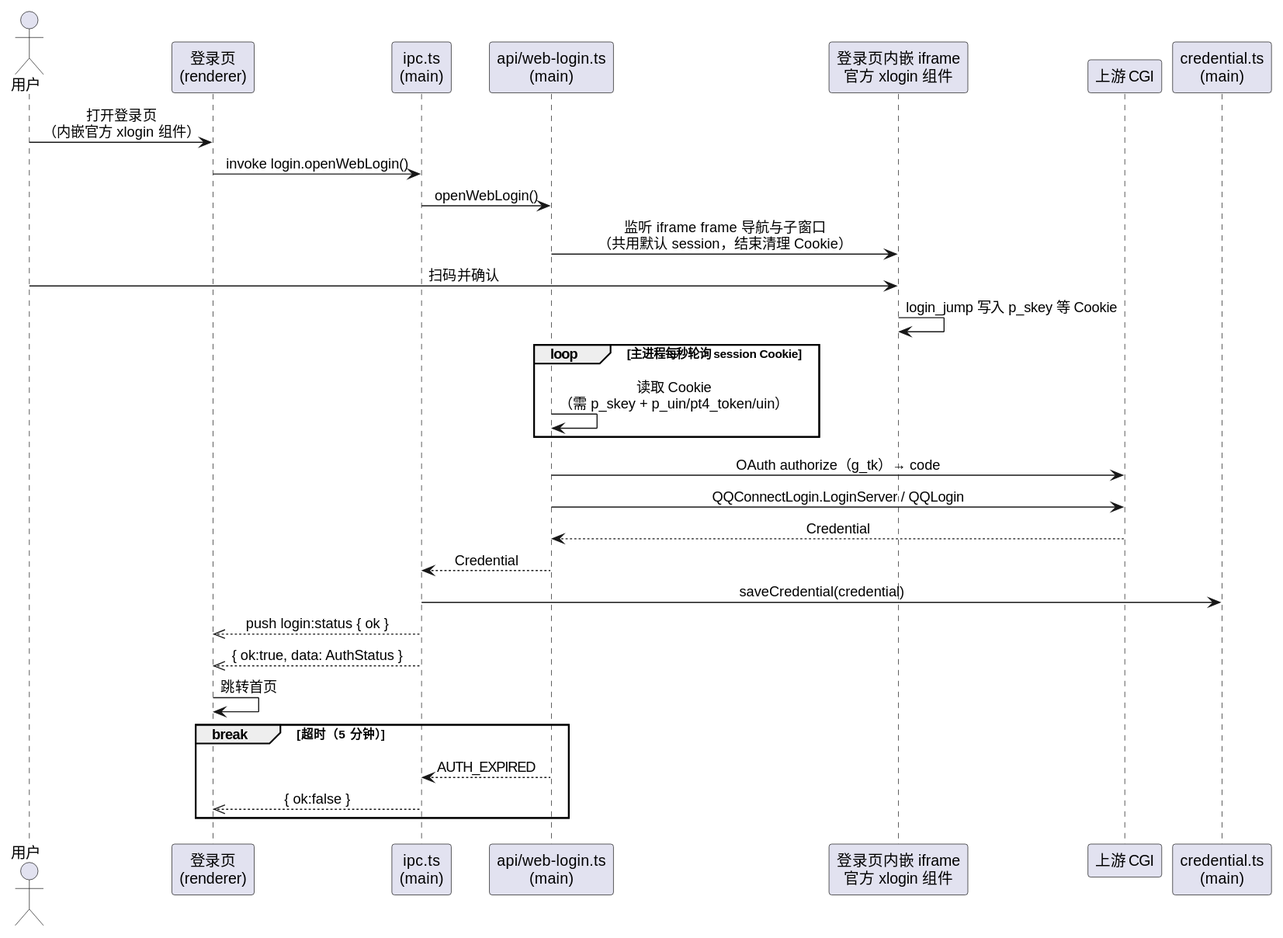
This is diagram/seq-login.svg from 54m43lJ/LycheePlayer, a PlantUML export, as it was before one commit. The source it was exported from:
```plantuml
@startuml
skinparam shadowing false
skinparam defaultTextAlignment center

actor 用户 as U
participant "登录页\n(renderer)" as UI
participant "ipc.ts\n(main)" as IPC
participant "api/web-login.ts\n(main)" as WL
participant "登录页内嵌 iframe\n官方 xlogin 组件" as XW
participant "上游 CGI" as UP
participant "credential.ts\n(main)" as CR

U -> UI : 打开登录页\n（内嵌官方 xlogin 组件）
UI -> IPC : invoke login.openWebLogin()
IPC -> WL : openWebLogin()
WL -> XW : 监听 iframe frame 导航与子窗口\n（共用默认 session，结束清理 Cookie）
U -> XW : 扫码并确认
XW -> XW : login_jump 写入 p_skey 等 Cookie

loop 主进程每秒轮询 session Cookie
  WL -> WL : 读取 Cookie\n（需 p_skey + p_uin/pt4_token/uin）
end

WL -> UP : OAuth authorize（g_tk）→ code
WL -> UP : QQConnectLogin.LoginServer / QQLogin
UP --> WL : Credential
WL --> IPC : Credential
IPC -> CR : saveCredential(credential)
IPC -->> UI : push login:status { ok }
IPC -->> UI : { ok:true, data: AuthStatus }
UI -> UI : 跳转首页

break 超时（5 分钟）
  WL --> IPC : AUTH_EXPIRED
  IPC -->> UI : { ok:false }
end
@enduml
```
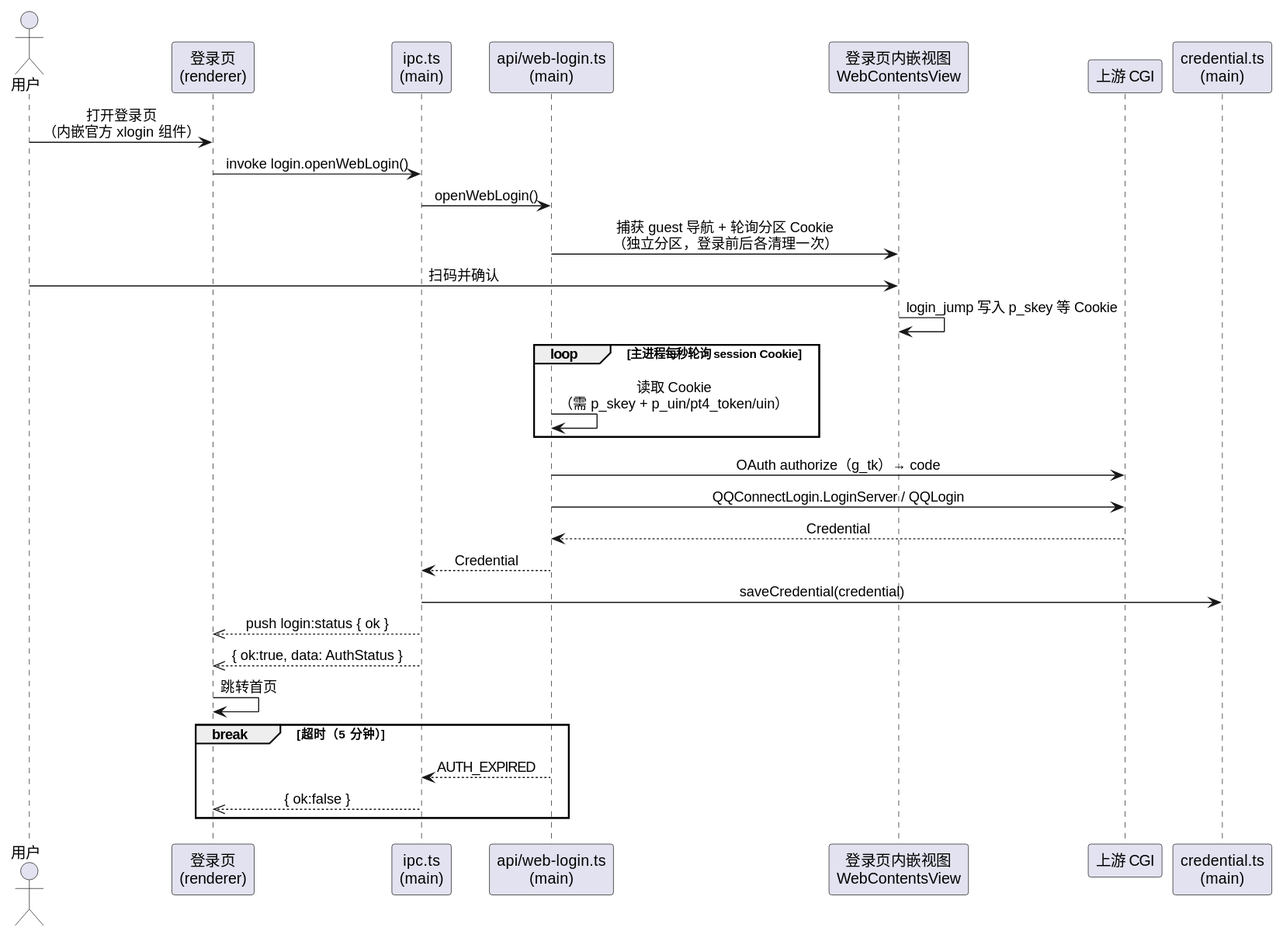
Above is the later version.

The edit, as a diff of the source:
```diff
@@ -6,14 +6,14 @@
 participant "登录页\n(renderer)" as UI
 participant "ipc.ts\n(main)" as IPC
 participant "api/web-login.ts\n(main)" as WL
-participant "登录页内嵌 iframe\n官方 xlogin 组件" as XW
+participant "登录页内嵌视图\nWebContentsView" as XW
 participant "上游 CGI" as UP
 participant "credential.ts\n(main)" as CR
 
 U -> UI : 打开登录页\n（内嵌官方 xlogin 组件）
 UI -> IPC : invoke login.openWebLogin()
 IPC -> WL : openWebLogin()
-WL -> XW : 监听 iframe frame 导航与子窗口\n（共用默认 session，结束清理 Cookie）
+WL -> XW : 捕获 guest 导航 + 轮询分区 Cookie\n（独立分区，登录前后各清理一次）
 U -> XW : 扫码并确认
 XW -> XW : login_jump 写入 p_skey 等 Cookie
 
```
